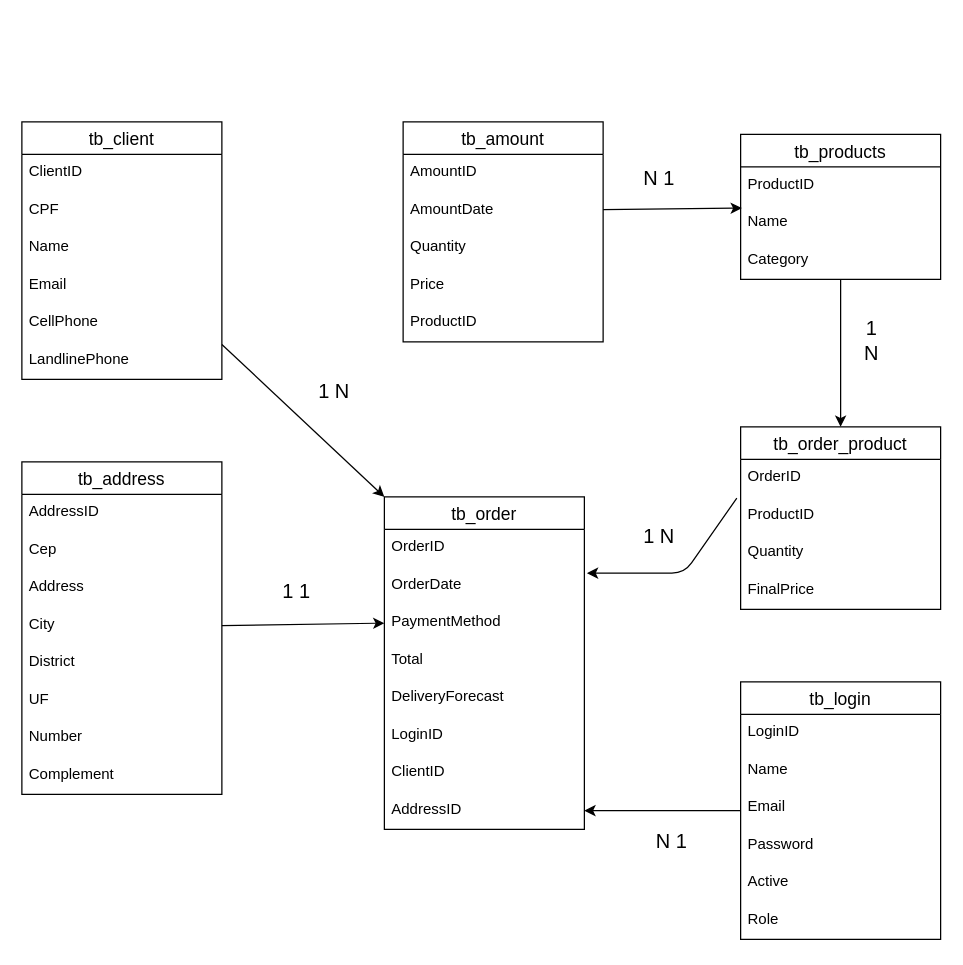
Before: Doc/DB/BD.Drawio in JoaopedroSassi/GoldCS-BackEnd, a draw.io diagram. Source tidied: cells renumbered, new cells numbered last; positions are measured from the earlier drawing's top-left corner, leaving out a move shared by most shapes. Both pictures are drawn from the tidied source at 125%, with x=0, y=0 at pixel (21, 121).
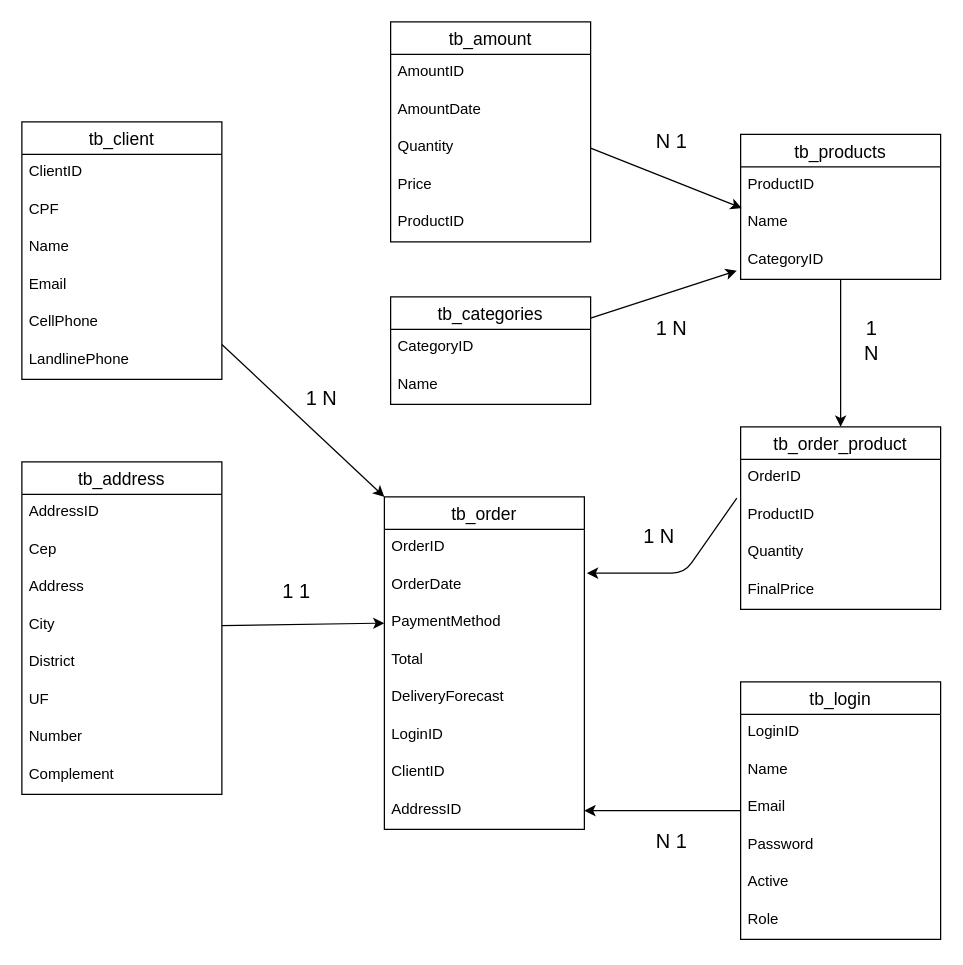
The same diagram, later.

Commit message:
Add tb_categories - Modelagem DB

The change refers to these unchanged cells:
```xml
<mxCell id="13" value="AmountDate" style="text;strokeColor=none;fillColor=none;spacingLeft=4;spacingRight=4;overflow=hidden;points=[[0,0.5],[1,0.5]];portConstraint=eastwest;fontSize=12;" parent="11" vertex="1">
  <mxGeometry y="56" width="160" height="30" as="geometry" />
</mxCell>
<mxCell id="14" value="Quantity" style="text;strokeColor=none;fillColor=none;spacingLeft=4;spacingRight=4;overflow=hidden;points=[[0,0.5],[1,0.5]];portConstraint=eastwest;fontSize=12;" parent="11" vertex="1">
  <mxGeometry y="86" width="160" height="30" as="geometry" />
</mxCell>
<mxCell id="18" value="tb_products" style="swimlane;fontStyle=0;horizontal=1;startSize=26;align=center;fontSize=14;" parent="1" vertex="1">
  <mxGeometry x="575" y="10" width="160" height="116" as="geometry" />
</mxCell>
<mxCell id="20" value="Name" style="text;strokeColor=none;fillColor=none;spacingLeft=4;spacingRight=4;overflow=hidden;points=[[0,0.5],[1,0.5]];portConstraint=eastwest;fontSize=12;" parent="18" vertex="1">
  <mxGeometry y="56" width="160" height="30" as="geometry" />
</mxCell>
```

Diff of the diagram source:
```diff
@@
     <mxCell id="11" value="tb_amount" style="swimlane;fontStyle=0;horizontal=1;startSize=26;align=center;fontSize=14;" parent="1" vertex="1">
-      <mxGeometry x="305" width="160" height="176" as="geometry" />
+      <mxGeometry x="295" y="-80" width="160" height="176" as="geometry" />
     </mxCell>
@@
-    <mxCell id="21" value="Category" style="text;strokeColor=none;fillColor=none;spacingLeft=4;spacingRight=4;overflow=hidden;points=[[0,0.5],[1,0.5]];portConstraint=eastwest;fontSize=12;" parent="18" vertex="1">
+    <mxCell id="21" value="CategoryID" style="text;strokeColor=none;fillColor=none;spacingLeft=4;spacingRight=4;overflow=hidden;points=[[0,0.5],[1,0.5]];portConstraint=eastwest;fontSize=12;" parent="18" vertex="1">
       <mxGeometry y="86" width="160" height="30" as="geometry" />
     </mxCell>
@@
-    <mxCell id="28" style="edgeStyle=none;html=1;entryX=0.006;entryY=0.1;entryDx=0;entryDy=0;entryPerimeter=0;" parent="1" edge="1" source="13" target="20">
+    <mxCell id="28" style="edgeStyle=none;html=1;entryX=0.006;entryY=0.1;entryDx=0;entryDy=0;entryPerimeter=0;exitX=1;exitY=0.5;exitDx=0;exitDy=0;" parent="1" edge="1" source="14" target="20">
       <mxGeometry relative="1" as="geometry" />
     </mxCell>
     <mxCell id="29" value="&lt;font style=&quot;font-size: 16px;&quot;&gt;N 1&lt;/font&gt;" style="text;html=1;strokeColor=none;fillColor=none;align=center;verticalAlign=middle;whiteSpace=wrap;rounded=0;" parent="1" vertex="1">
-      <mxGeometry x="480" y="30" width="60" height="30" as="geometry" />
+      <mxGeometry x="490" width="60" height="30" as="geometry" />
     </mxCell>
@@
     <mxCell id="51" value="&lt;font style=&quot;font-size: 16px;&quot;&gt;1 N&lt;/font&gt;" style="text;html=1;strokeColor=none;fillColor=none;align=center;verticalAlign=middle;whiteSpace=wrap;rounded=0;rotation=0;" parent="1" vertex="1">
-      <mxGeometry x="220" y="200" width="60" height="30" as="geometry" />
+      <mxGeometry x="210" y="206" width="60" height="30" as="geometry" />
     </mxCell>
@@
+    <mxCell id="61" style="edgeStyle=none;html=1;entryX=-0.019;entryY=0.767;entryDx=0;entryDy=0;entryPerimeter=0;" parent="1" edge="1" source="62" target="21">
+      <mxGeometry relative="1" as="geometry" />
+    </mxCell>
+    <mxCell id="62" value="tb_categories" style="swimlane;fontStyle=0;horizontal=1;startSize=26;align=center;fontSize=14;" parent="1" vertex="1">
+      <mxGeometry x="295" y="140" width="160" height="86" as="geometry" />
+    </mxCell>
+    <mxCell id="63" value="CategoryID" style="text;strokeColor=none;fillColor=none;spacingLeft=4;spacingRight=4;overflow=hidden;fontSize=12;" parent="62" vertex="1">
+      <mxGeometry y="26" width="160" height="30" as="geometry" />
+    </mxCell>
+    <mxCell id="64" value="Name" style="text;strokeColor=none;fillColor=none;spacingLeft=4;spacingRight=4;overflow=hidden;fontSize=12;" parent="62" vertex="1">
+      <mxGeometry y="56" width="160" height="30" as="geometry" />
+    </mxCell>
+    <mxCell id="65" value="&lt;font style=&quot;font-size: 16px;&quot;&gt;1 N&lt;/font&gt;" style="text;html=1;strokeColor=none;fillColor=none;align=center;verticalAlign=middle;whiteSpace=wrap;rounded=0;" parent="1" vertex="1">
+      <mxGeometry x="490" y="150" width="60" height="30" as="geometry" />
+    </mxCell>
```
